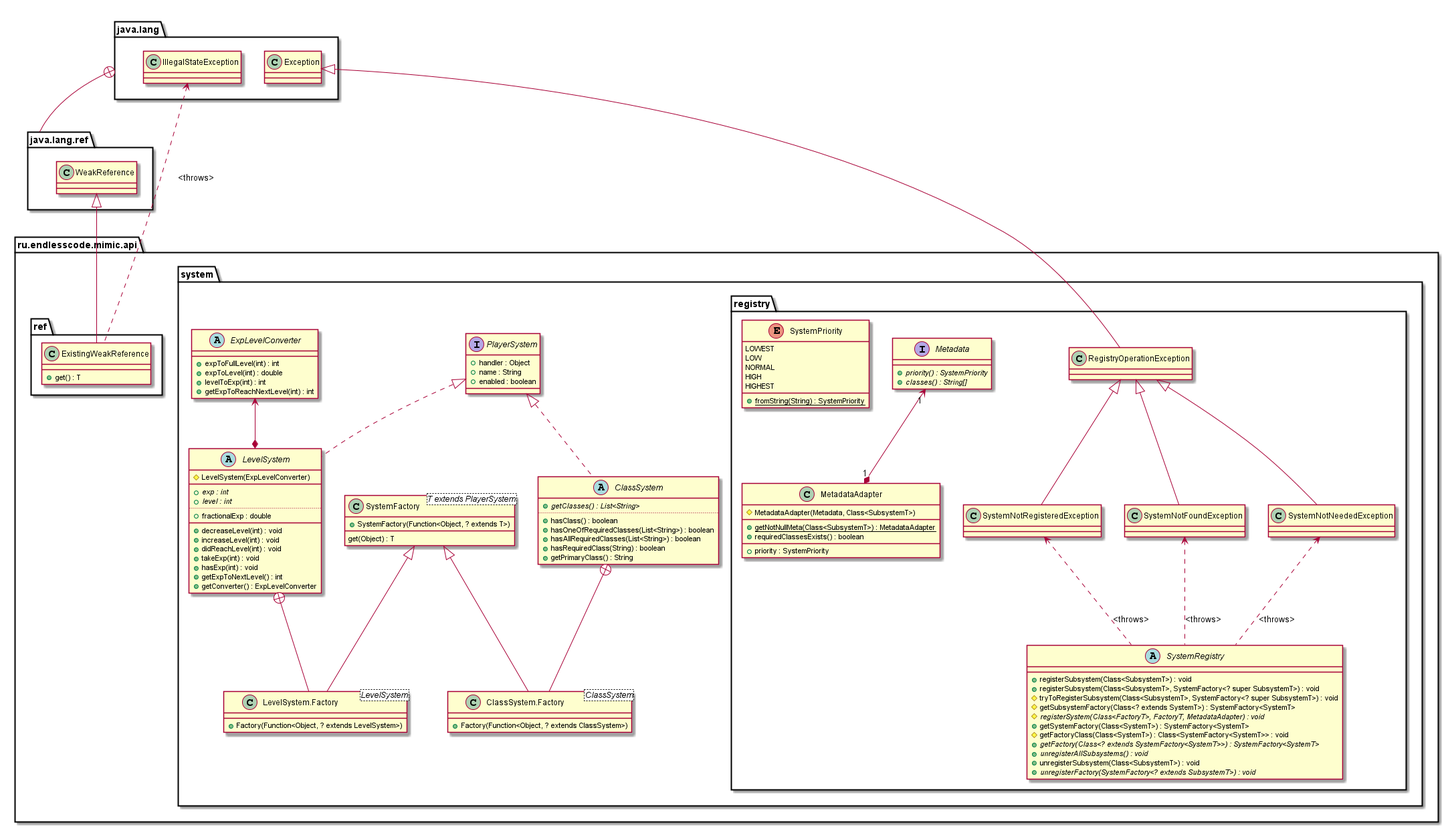
The PlantUML diagram uml/classes/all.png in EndlessCodeGroup/Mimic, before a commit.
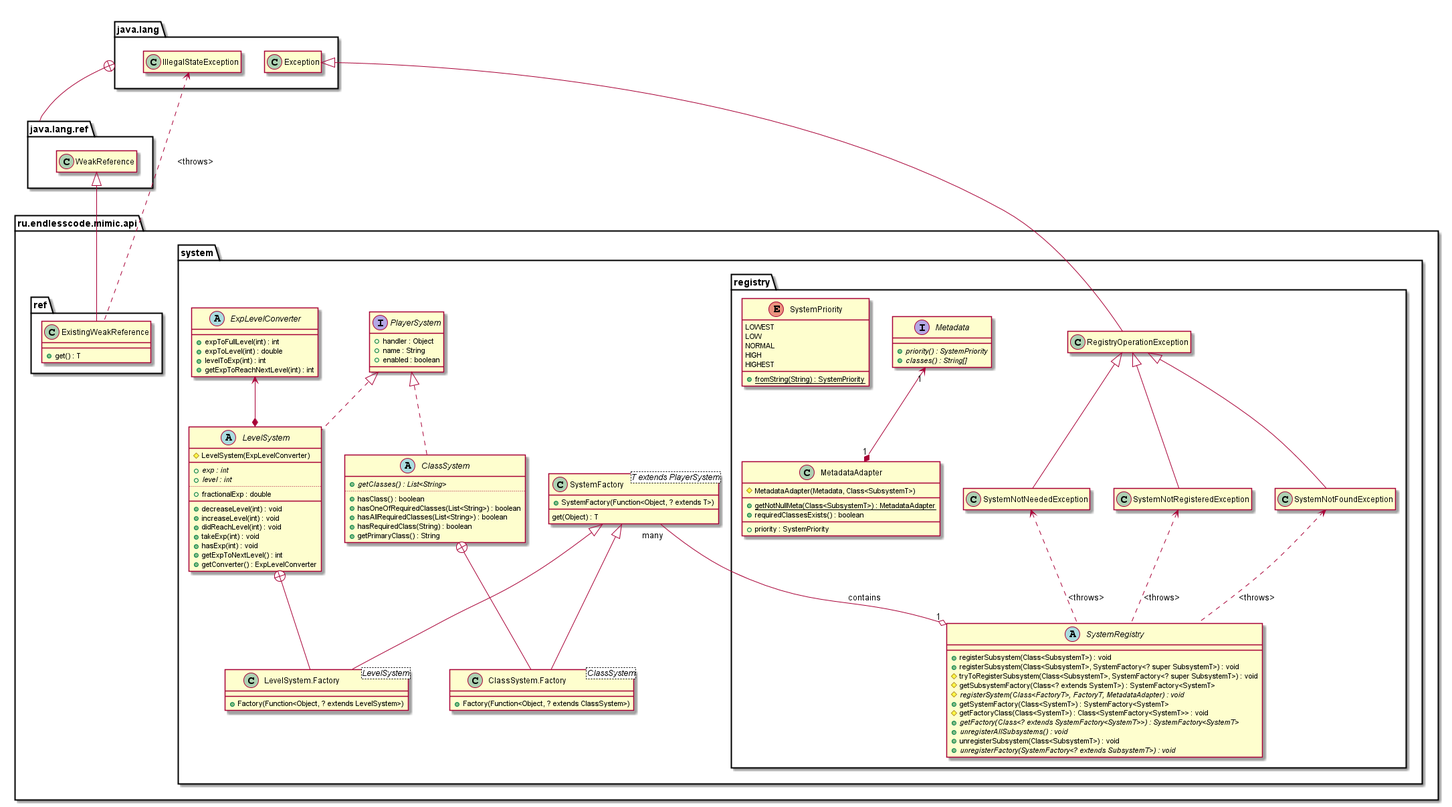
Later version of the same file.

Commit message:
UML cleaned

Change to the diagram source:
```diff
@@ -107,6 +107,8 @@
                 HIGHEST
                 +{static}fromString(String) : SystemPriority
             }
+
+            SystemFactory "many" --o "1" SystemRegistry : contains
         }
     }
 
@@ -120,4 +122,12 @@
     }
 }
 
+hide java.lang.Exception members
+hide java.lang.IllegalStateException members
+hide java.lang.ref.WeakReference members
+hide RegistryOperationException members
+hide SystemNotFoundException members
+hide SystemNotNeededException members
+hide SystemNotRegisteredException members
+
 @enduml
```
